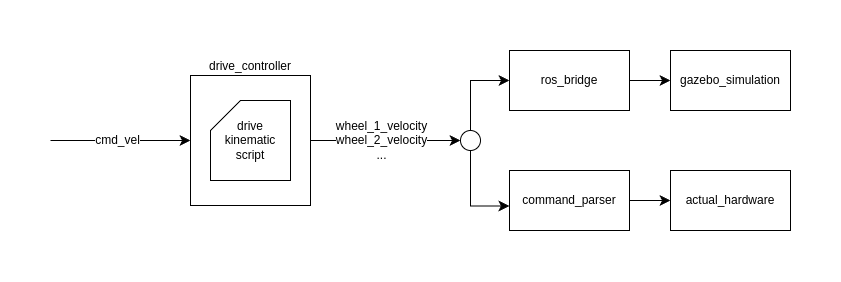
Earlier version of the draw.io export ros2_ws/src/dd_controller/doc/wheel_controller.drawio.png (lts0429/ros2_drive_controller). Source tidied: cells renumbered, new cells last; positions are measured from the earlier drawing's top-left corner, leaving out a move shared by most shapes.
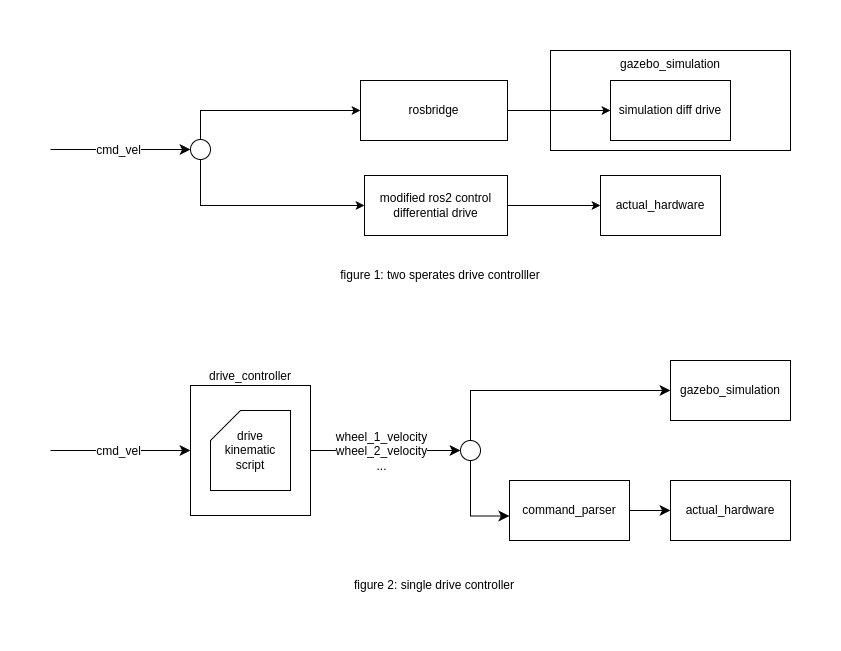
The same file after the commit.

Commit message:
imporve doc and simulation

Change to the diagram source:
```diff
@@ -23,12 +23,6 @@
         <mxPoint y="-3" as="offset" />
       </mxGeometry>
     </mxCell>
-    <mxCell id="7" style="edgeStyle=none;curved=1;rounded=0;jettySize=auto;html=1;entryX=0;entryY=0.5;entryDx=0;entryDy=0;fontSize=12;startSize=8;endSize=8;" parent="1" edge="1" source="8" target="9">
-      <mxGeometry relative="1" as="geometry" />
-    </mxCell>
-    <mxCell id="8" value="ros_bridge" style="rounded=0;whiteSpace=wrap;html=1;" parent="1" vertex="1">
-      <mxGeometry x="459" width="120" height="60" as="geometry" />
-    </mxCell>
     <mxCell id="9" value="gazebo_simulation" style="rounded=0;whiteSpace=wrap;html=1;" parent="1" vertex="1">
       <mxGeometry x="620" width="120" height="60" as="geometry" />
     </mxCell>
@@ -41,7 +35,7 @@
     <mxCell id="12" value="actual_hardware" style="rounded=0;whiteSpace=wrap;html=1;" parent="1" vertex="1">
       <mxGeometry x="620" y="120" width="120" height="60" as="geometry" />
     </mxCell>
-    <mxCell id="13" style="edgeStyle=orthogonalEdgeStyle;rounded=0;jettySize=auto;html=1;entryX=0;entryY=0.5;entryDx=0;entryDy=0;fontSize=12;startSize=8;endSize=8;" parent="1" edge="1" source="14" target="8">
+    <mxCell id="13" style="edgeStyle=orthogonalEdgeStyle;rounded=0;jettySize=auto;html=1;fontSize=12;startSize=8;endSize=8;" parent="1" edge="1" source="14" target="9">
       <mxGeometry relative="1" as="geometry">
         <Array as="points">
           <mxPoint x="420" y="30" />
@@ -61,5 +55,51 @@
     <mxCell id="16" value="drive kinematic script" style="shape=card;whiteSpace=wrap;html=1;" parent="1" vertex="1">
       <mxGeometry x="160" y="50" width="80" height="80" as="geometry" />
     </mxCell>
+    <mxCell id="17" value="gazebo_simulation" style="rounded=0;whiteSpace=wrap;html=1;verticalAlign=top;" parent="1" vertex="1">
+      <mxGeometry x="500" y="-310" width="240" height="100" as="geometry" />
+    </mxCell>
+    <mxCell id="18" value="actual_hardware" style="rounded=0;whiteSpace=wrap;html=1;" parent="1" vertex="1">
+      <mxGeometry x="550" y="-185" width="120" height="60" as="geometry" />
+    </mxCell>
+    <mxCell id="19" value="simulation diff drive" style="rounded=0;whiteSpace=wrap;html=1;" parent="1" vertex="1">
+      <mxGeometry x="560" y="-280" width="120" height="60" as="geometry" />
+    </mxCell>
+    <mxCell id="20" style="edgeStyle=orthogonalEdgeStyle;rounded=0;jettySize=auto;html=1;entryX=0;entryY=0.5;entryDx=0;entryDy=0;" parent="1" edge="1" source="21" target="19">
+      <mxGeometry relative="1" as="geometry" />
+    </mxCell>
+    <mxCell id="21" value="rosbridge" style="rounded=0;whiteSpace=wrap;html=1;" parent="1" vertex="1">
+      <mxGeometry x="310" y="-280" width="147" height="60" as="geometry" />
+    </mxCell>
+    <mxCell id="22" style="edgeStyle=orthogonalEdgeStyle;rounded=0;jettySize=auto;html=1;" parent="1" edge="1" source="23" target="18">
+      <mxGeometry relative="1" as="geometry" />
+    </mxCell>
+    <mxCell id="23" value="modified ros2 control differential drive" style="rounded=0;whiteSpace=wrap;html=1;" parent="1" vertex="1">
+      <mxGeometry x="314" y="-185" width="143" height="60" as="geometry" />
+    </mxCell>
+    <mxCell id="24" style="endArrow=classic;html=1;rounded=0;fontSize=12;startSize=8;endSize=8;curved=1;entryX=0;entryY=0.5;entryDx=0;entryDy=0;" parent="1" edge="1" target="28">
+      <mxGeometry relative="1" as="geometry">
+        <mxPoint y="-211" as="sourcePoint" />
+      </mxGeometry>
+    </mxCell>
+    <mxCell id="25" value="cmd_vel" style="edgeLabel;html=1;align=center;verticalAlign=middle;fontSize=12;" parent="24" vertex="1">
+      <mxGeometry x="-0.04" y="-3" relative="1" as="geometry">
+        <mxPoint y="-3" as="offset" />
+      </mxGeometry>
+    </mxCell>
+    <mxCell id="26" style="edgeStyle=orthogonalEdgeStyle;rounded=0;jettySize=auto;html=1;entryX=0;entryY=0.5;entryDx=0;entryDy=0;exitX=0.5;exitY=0;exitDx=0;exitDy=0;" parent="1" edge="1" source="28" target="21">
+      <mxGeometry relative="1" as="geometry" />
+    </mxCell>
+    <mxCell id="27" style="edgeStyle=orthogonalEdgeStyle;rounded=0;jettySize=auto;html=1;entryX=0;entryY=0.5;entryDx=0;entryDy=0;exitX=0.5;exitY=1;exitDx=0;exitDy=0;" parent="1" edge="1" source="28" target="23">
+      <mxGeometry relative="1" as="geometry" />
+    </mxCell>
+    <mxCell id="28" style="ellipse;whiteSpace=wrap;html=1;" parent="1" vertex="1">
+      <mxGeometry x="140" y="-221" width="20" height="20" as="geometry" />
+    </mxCell>
+    <mxCell id="29" value="figure 1: two sperates drive controlller" style="text;html=1;align=center;verticalAlign=middle;whiteSpace=wrap;rounded=0;" parent="1" vertex="1">
+      <mxGeometry x="280" y="-100" width="220" height="30" as="geometry" />
+    </mxCell>
+    <mxCell id="30" value="figure 2: single drive controller" style="text;html=1;align=center;verticalAlign=middle;whiteSpace=wrap;rounded=0;" parent="1" vertex="1">
+      <mxGeometry x="273.5" y="210" width="220" height="30" as="geometry" />
+    </mxCell>
   </root>
 </mxGraphModel>
```
